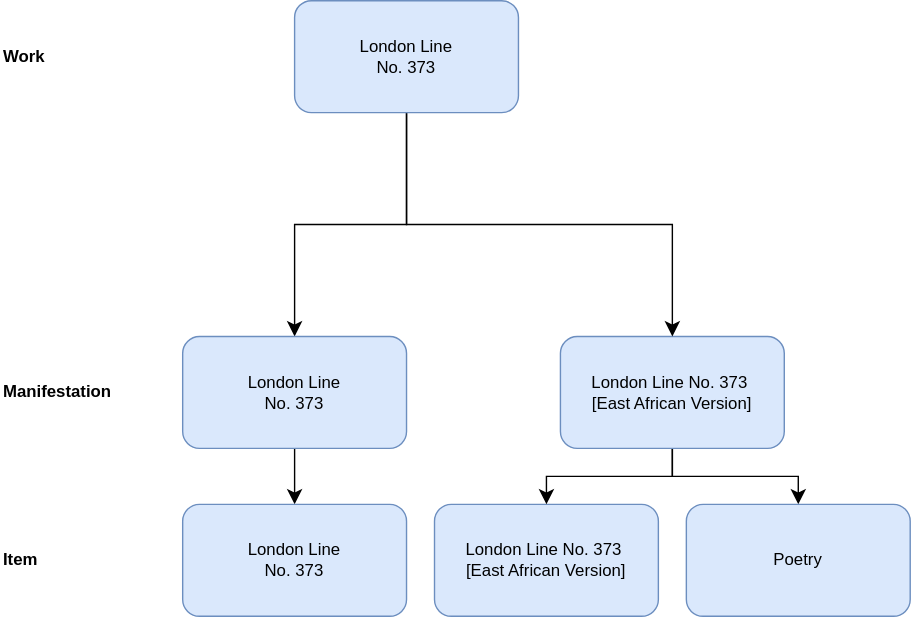
FIAF/fiaf-cataloguing-manual keeps this draw.io diagram as markdown/diagrams/numb_20.drawio.svg. Above is the earlier version. Source tidied: cells renumbered, new cells last; positions are measured from the earlier drawing's top-left corner, leaving out a move shared by most shapes. Source of this version:
```xml
<mxGraphModel>
  <root>
    <mxCell id="0" />
    <mxCell id="1" parent="0" />
    <mxCell id="2" value="Item" style="text;html=1;whiteSpace=wrap;strokeColor=none;fillColor=none;align=left;verticalAlign=middle;rounded=0;fontStyle=1;" parent="1" vertex="1">
      <mxGeometry y="385" width="110" height="30" as="geometry" />
    </mxCell>
    <mxCell id="3" value="&lt;div&gt;London Line No. 373&amp;nbsp;&lt;/div&gt;&lt;div&gt;[East African Version]&lt;/div&gt;" style="rounded=1;whiteSpace=wrap;html=1;fillColor=#dae8fc;strokeColor=#6c8ebf;" parent="1" vertex="1">
      <mxGeometry x="310" y="360" width="160" height="80" as="geometry" />
    </mxCell>
    <mxCell id="4" style="edgeStyle=orthogonalEdgeStyle;rounded=0;jettySize=auto;html=1;exitX=0.5;exitY=1;exitDx=0;exitDy=0;entryX=0.5;entryY=0;entryDx=0;entryDy=0;fontSize=12;startSize=8;endSize=8;" parent="1" edge="1" source="6" target="3">
      <mxGeometry relative="1" as="geometry" />
    </mxCell>
    <mxCell id="5" style="edgeStyle=orthogonalEdgeStyle;rounded=0;jettySize=auto;html=1;exitX=0.5;exitY=1;exitDx=0;exitDy=0;entryX=0.5;entryY=0;entryDx=0;entryDy=0;fontSize=12;startSize=8;endSize=8;" parent="1" edge="1" source="6" target="8">
      <mxGeometry relative="1" as="geometry" />
    </mxCell>
    <mxCell id="6" value="&lt;div&gt;London Line No. 373&amp;nbsp;&lt;/div&gt;&lt;div&gt;[East African Version]&lt;/div&gt;" style="rounded=1;whiteSpace=wrap;html=1;fillColor=#dae8fc;strokeColor=#6c8ebf;" parent="1" vertex="1">
      <mxGeometry x="400" y="240" width="160" height="80" as="geometry" />
    </mxCell>
    <mxCell id="7" value="Manifestation" style="text;html=1;whiteSpace=wrap;strokeColor=none;fillColor=none;align=left;verticalAlign=middle;rounded=0;fontStyle=1;" parent="1" vertex="1">
      <mxGeometry y="265" width="110" height="30" as="geometry" />
    </mxCell>
    <mxCell id="8" value="Poetry" style="rounded=1;whiteSpace=wrap;html=1;fillColor=#dae8fc;strokeColor=#6c8ebf;" parent="1" vertex="1">
      <mxGeometry x="490" y="360" width="160" height="80" as="geometry" />
    </mxCell>
    <mxCell id="9" style="edgeStyle=orthogonalEdgeStyle;rounded=0;jettySize=auto;html=1;exitX=0.5;exitY=1;exitDx=0;exitDy=0;entryX=0.5;entryY=0;entryDx=0;entryDy=0;fontSize=12;startSize=8;endSize=8;" parent="1" edge="1" source="11" target="14">
      <mxGeometry relative="1" as="geometry" />
    </mxCell>
    <mxCell id="10" style="edgeStyle=orthogonalEdgeStyle;rounded=0;jettySize=auto;html=1;exitX=0.5;exitY=1;exitDx=0;exitDy=0;entryX=0.5;entryY=0;entryDx=0;entryDy=0;fontSize=12;startSize=8;endSize=8;" parent="1" edge="1" source="11" target="6">
      <mxGeometry relative="1" as="geometry" />
    </mxCell>
    <mxCell id="11" value="&lt;div&gt;London Line&lt;/div&gt;&lt;div&gt;No. 373&lt;/div&gt;" style="rounded=1;whiteSpace=wrap;html=1;fillColor=#dae8fc;strokeColor=#6c8ebf;" parent="1" vertex="1">
      <mxGeometry x="210" width="160" height="80" as="geometry" />
    </mxCell>
    <mxCell id="12" value="Work" style="text;html=1;whiteSpace=wrap;strokeColor=none;fillColor=none;align=left;verticalAlign=middle;rounded=0;fontStyle=1;" parent="1" vertex="1">
      <mxGeometry y="25" width="110" height="30" as="geometry" />
    </mxCell>
    <mxCell id="13" style="edgeStyle=none;curved=1;rounded=0;jettySize=auto;html=1;exitX=0.5;exitY=1;exitDx=0;exitDy=0;entryX=0.5;entryY=0;entryDx=0;entryDy=0;fontSize=12;startSize=8;endSize=8;" parent="1" edge="1" source="14" target="15">
      <mxGeometry relative="1" as="geometry" />
    </mxCell>
    <mxCell id="14" value="&lt;div&gt;London Line&lt;/div&gt;&lt;div&gt;No. 373&lt;/div&gt;" style="rounded=1;whiteSpace=wrap;html=1;fillColor=#dae8fc;strokeColor=#6c8ebf;" parent="1" vertex="1">
      <mxGeometry x="130" y="240" width="160" height="80" as="geometry" />
    </mxCell>
    <mxCell id="15" value="&lt;div&gt;London Line&lt;/div&gt;&lt;div&gt;No. 373&lt;/div&gt;" style="rounded=1;whiteSpace=wrap;html=1;fillColor=#dae8fc;strokeColor=#6c8ebf;" parent="1" vertex="1">
      <mxGeometry x="130" y="360" width="160" height="80" as="geometry" />
    </mxCell>
  </root>
</mxGraphModel>
```
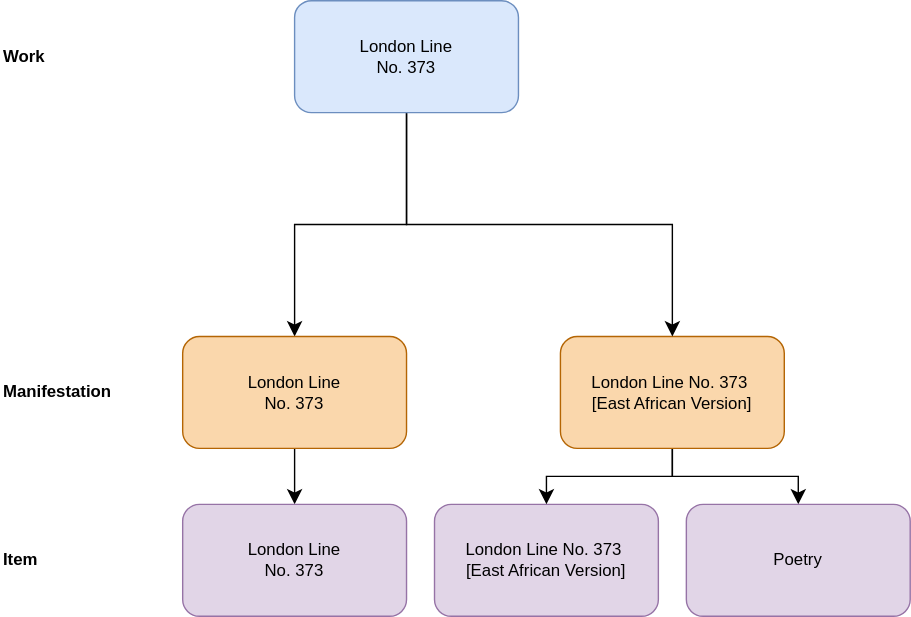
The same diagram one commit later.

Change to the diagram source:
```diff
@@ -5,44 +5,44 @@
     <mxCell id="2" value="Item" style="text;html=1;whiteSpace=wrap;strokeColor=none;fillColor=none;align=left;verticalAlign=middle;rounded=0;fontStyle=1;" parent="1" vertex="1">
       <mxGeometry y="385" width="110" height="30" as="geometry" />
     </mxCell>
-    <mxCell id="3" value="&lt;div&gt;London Line No. 373&amp;nbsp;&lt;/div&gt;&lt;div&gt;[East African Version]&lt;/div&gt;" style="rounded=1;whiteSpace=wrap;html=1;fillColor=#dae8fc;strokeColor=#6c8ebf;" parent="1" vertex="1">
-      <mxGeometry x="310" y="360" width="160" height="80" as="geometry" />
-    </mxCell>
-    <mxCell id="4" style="edgeStyle=orthogonalEdgeStyle;rounded=0;jettySize=auto;html=1;exitX=0.5;exitY=1;exitDx=0;exitDy=0;entryX=0.5;entryY=0;entryDx=0;entryDy=0;fontSize=12;startSize=8;endSize=8;" parent="1" edge="1" source="6" target="3">
-      <mxGeometry relative="1" as="geometry" />
-    </mxCell>
-    <mxCell id="5" style="edgeStyle=orthogonalEdgeStyle;rounded=0;jettySize=auto;html=1;exitX=0.5;exitY=1;exitDx=0;exitDy=0;entryX=0.5;entryY=0;entryDx=0;entryDy=0;fontSize=12;startSize=8;endSize=8;" parent="1" edge="1" source="6" target="8">
-      <mxGeometry relative="1" as="geometry" />
-    </mxCell>
-    <mxCell id="6" value="&lt;div&gt;London Line No. 373&amp;nbsp;&lt;/div&gt;&lt;div&gt;[East African Version]&lt;/div&gt;" style="rounded=1;whiteSpace=wrap;html=1;fillColor=#dae8fc;strokeColor=#6c8ebf;" parent="1" vertex="1">
-      <mxGeometry x="400" y="240" width="160" height="80" as="geometry" />
-    </mxCell>
+    <mxCell id="16" value="&lt;div&gt;London Line No. 373&amp;nbsp;&lt;/div&gt;&lt;div&gt;[East African Version]&lt;/div&gt;" style="rounded=1;whiteSpace=wrap;html=1;fillColor=#e1d5e7;strokeColor=#9673a6;" parent="1" vertex="1">
+      <mxGeometry x="310" y="360" width="160" height="80" as="geometry" />
+    </mxCell>
+    <mxCell id="17" style="edgeStyle=orthogonalEdgeStyle;rounded=0;jettySize=auto;html=1;exitX=0.5;exitY=1;exitDx=0;exitDy=0;entryX=0.5;entryY=0;entryDx=0;entryDy=0;fontSize=12;startSize=8;endSize=8;" parent="1" edge="1" source="19" target="16">
+      <mxGeometry relative="1" as="geometry" />
+    </mxCell>
+    <mxCell id="18" style="edgeStyle=orthogonalEdgeStyle;rounded=0;jettySize=auto;html=1;exitX=0.5;exitY=1;exitDx=0;exitDy=0;entryX=0.5;entryY=0;entryDx=0;entryDy=0;fontSize=12;startSize=8;endSize=8;" parent="1" edge="1" source="19" target="8">
+      <mxGeometry relative="1" as="geometry" />
+    </mxCell>
+    <mxCell id="19" value="&lt;div&gt;London Line No. 373&amp;nbsp;&lt;/div&gt;&lt;div&gt;[East African Version]&lt;/div&gt;" style="rounded=1;whiteSpace=wrap;html=1;fillColor=#fad7ac;strokeColor=#b46504;" parent="1" vertex="1">
+      <mxGeometry x="400" y="240" width="160" height="80" as="geometry" />
+    </mxCell>
     <mxCell id="7" value="Manifestation" style="text;html=1;whiteSpace=wrap;strokeColor=none;fillColor=none;align=left;verticalAlign=middle;rounded=0;fontStyle=1;" parent="1" vertex="1">
       <mxGeometry y="265" width="110" height="30" as="geometry" />
     </mxCell>
-    <mxCell id="8" value="Poetry" style="rounded=1;whiteSpace=wrap;html=1;fillColor=#dae8fc;strokeColor=#6c8ebf;" parent="1" vertex="1">
+    <mxCell id="8" value="Poetry" style="rounded=1;whiteSpace=wrap;html=1;fillColor=#e1d5e7;strokeColor=#9673a6;" parent="1" vertex="1">
       <mxGeometry x="490" y="360" width="160" height="80" as="geometry" />
     </mxCell>
-    <mxCell id="9" style="edgeStyle=orthogonalEdgeStyle;rounded=0;jettySize=auto;html=1;exitX=0.5;exitY=1;exitDx=0;exitDy=0;entryX=0.5;entryY=0;entryDx=0;entryDy=0;fontSize=12;startSize=8;endSize=8;" parent="1" edge="1" source="11" target="14">
-      <mxGeometry relative="1" as="geometry" />
-    </mxCell>
-    <mxCell id="10" style="edgeStyle=orthogonalEdgeStyle;rounded=0;jettySize=auto;html=1;exitX=0.5;exitY=1;exitDx=0;exitDy=0;entryX=0.5;entryY=0;entryDx=0;entryDy=0;fontSize=12;startSize=8;endSize=8;" parent="1" edge="1" source="11" target="6">
-      <mxGeometry relative="1" as="geometry" />
-    </mxCell>
+    <mxCell id="20" style="edgeStyle=orthogonalEdgeStyle;rounded=0;jettySize=auto;html=1;exitX=0.5;exitY=1;exitDx=0;exitDy=0;entryX=0.5;entryY=0;entryDx=0;entryDy=0;fontSize=12;startSize=8;endSize=8;" parent="1" edge="1" source="11" target="23">
+      <mxGeometry relative="1" as="geometry" />
+    </mxCell>
+    <mxCell id="21" style="edgeStyle=orthogonalEdgeStyle;rounded=0;jettySize=auto;html=1;exitX=0.5;exitY=1;exitDx=0;exitDy=0;entryX=0.5;entryY=0;entryDx=0;entryDy=0;fontSize=12;startSize=8;endSize=8;" parent="1" edge="1" source="11" target="19">
+      <mxGeometry relative="1" as="geometry" />
+    </mxCell>
     <mxCell id="11" value="&lt;div&gt;London Line&lt;/div&gt;&lt;div&gt;No. 373&lt;/div&gt;" style="rounded=1;whiteSpace=wrap;html=1;fillColor=#dae8fc;strokeColor=#6c8ebf;" parent="1" vertex="1">
       <mxGeometry x="210" width="160" height="80" as="geometry" />
     </mxCell>
     <mxCell id="12" value="Work" style="text;html=1;whiteSpace=wrap;strokeColor=none;fillColor=none;align=left;verticalAlign=middle;rounded=0;fontStyle=1;" parent="1" vertex="1">
       <mxGeometry y="25" width="110" height="30" as="geometry" />
     </mxCell>
-    <mxCell id="13" style="edgeStyle=none;curved=1;rounded=0;jettySize=auto;html=1;exitX=0.5;exitY=1;exitDx=0;exitDy=0;entryX=0.5;entryY=0;entryDx=0;entryDy=0;fontSize=12;startSize=8;endSize=8;" parent="1" edge="1" source="14" target="15">
-      <mxGeometry relative="1" as="geometry" />
-    </mxCell>
-    <mxCell id="14" value="&lt;div&gt;London Line&lt;/div&gt;&lt;div&gt;No. 373&lt;/div&gt;" style="rounded=1;whiteSpace=wrap;html=1;fillColor=#dae8fc;strokeColor=#6c8ebf;" parent="1" vertex="1">
-      <mxGeometry x="130" y="240" width="160" height="80" as="geometry" />
-    </mxCell>
-    <mxCell id="15" value="&lt;div&gt;London Line&lt;/div&gt;&lt;div&gt;No. 373&lt;/div&gt;" style="rounded=1;whiteSpace=wrap;html=1;fillColor=#dae8fc;strokeColor=#6c8ebf;" parent="1" vertex="1">
-      <mxGeometry x="130" y="360" width="160" height="80" as="geometry" />
-    </mxCell>
+    <mxCell id="22" style="edgeStyle=none;curved=1;rounded=0;jettySize=auto;html=1;exitX=0.5;exitY=1;exitDx=0;exitDy=0;entryX=0.5;entryY=0;entryDx=0;entryDy=0;fontSize=12;startSize=8;endSize=8;" parent="1" edge="1" source="23" target="24">
+      <mxGeometry relative="1" as="geometry" />
+    </mxCell>
+    <mxCell id="23" value="&lt;div&gt;London Line&lt;/div&gt;&lt;div&gt;No. 373&lt;/div&gt;" style="rounded=1;whiteSpace=wrap;html=1;fillColor=#fad7ac;strokeColor=#b46504;" parent="1" vertex="1">
+      <mxGeometry x="130" y="240" width="160" height="80" as="geometry" />
+    </mxCell>
+    <mxCell id="24" value="&lt;div&gt;London Line&lt;/div&gt;&lt;div&gt;No. 373&lt;/div&gt;" style="rounded=1;whiteSpace=wrap;html=1;fillColor=#e1d5e7;strokeColor=#9673a6;" parent="1" vertex="1">
+      <mxGeometry x="130" y="360" width="160" height="80" as="geometry" />
+    </mxCell>
   </root>
 </mxGraphModel>
```
